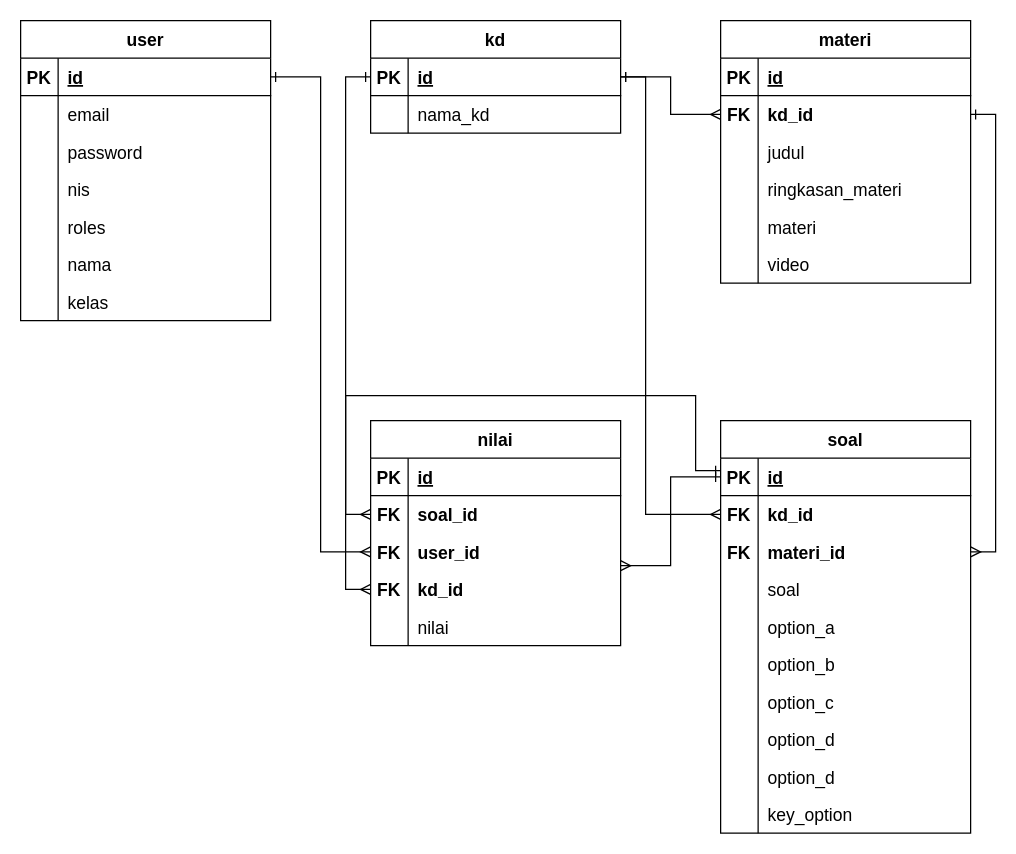
Before: Untitled Diagram.drawio in muhaziz28/Muhaziz28, a draw.io diagram. Source tidied: cells renumbered, new cells numbered last; positions are measured from the earlier drawing's top-left corner, leaving out a move shared by most shapes. Both pictures are drawn from the tidied source at 125%, with x=0, y=0 at pixel (20, 20).
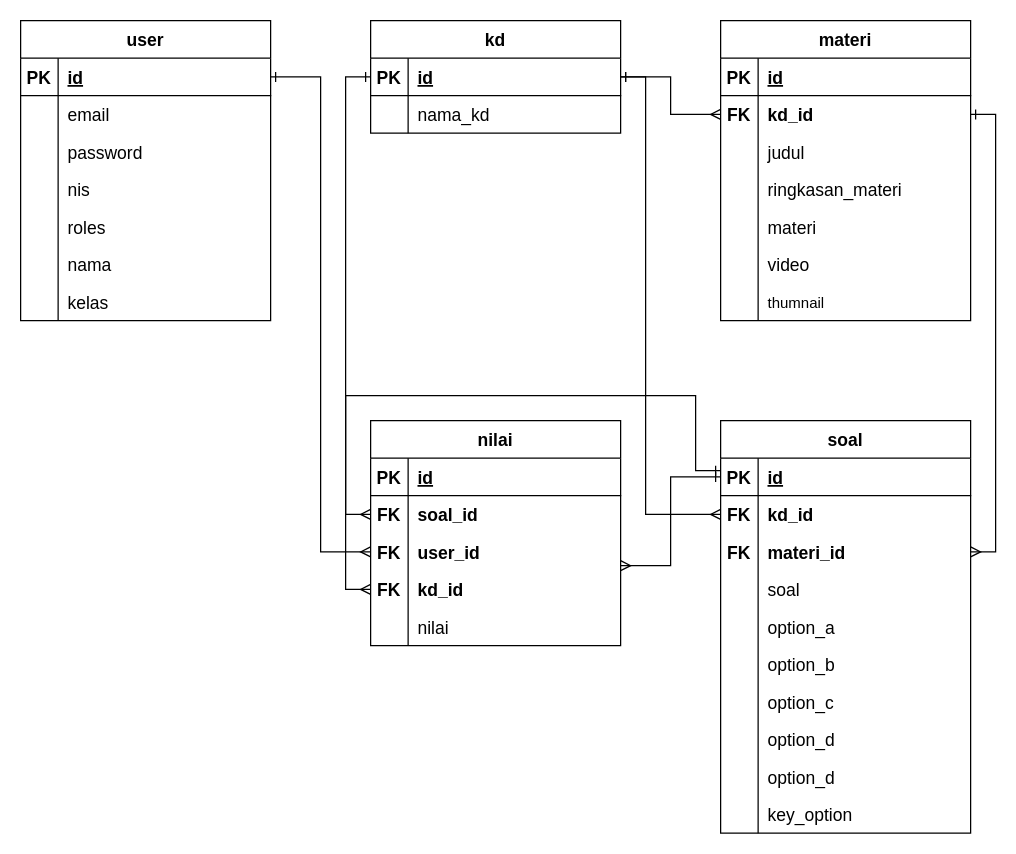
The same page after the edit.

Diff of the diagram source:
```diff
@@
     <mxCell id="33" value="materi" style="shape=table;startSize=30;childLayout=tableLayout;rowLines=0;fontStyle=1;align=center;fontSize=14;" parent="1" vertex="1">
-      <mxGeometry x="560" width="200" height="210" as="geometry" />
+      <mxGeometry x="560" width="200" height="240" as="geometry" />
     </mxCell>
@@
+    <mxCell id="104" style="shape=partialRectangle;fillColor=none;top=0;left=0;bottom=0;right=0;" parent="33" vertex="1">
+      <mxGeometry y="210" width="200" height="30" as="geometry" />
+    </mxCell>
+    <mxCell id="105" style="shape=partialRectangle;fillColor=none;top=0;left=0;bottom=0;right=0;fontStyle=0;overflow=hidden;" parent="104" vertex="1">
+      <mxGeometry width="30" height="30" as="geometry" />
+    </mxCell>
+    <mxCell id="106" value="thumnail" style="shape=partialRectangle;fillColor=none;top=0;left=0;bottom=0;right=0;align=left;spacingLeft=6;fontStyle=0;overflow=hidden;" parent="104" vertex="1">
+      <mxGeometry x="30" width="170" height="30" as="geometry" />
+    </mxCell>
```
